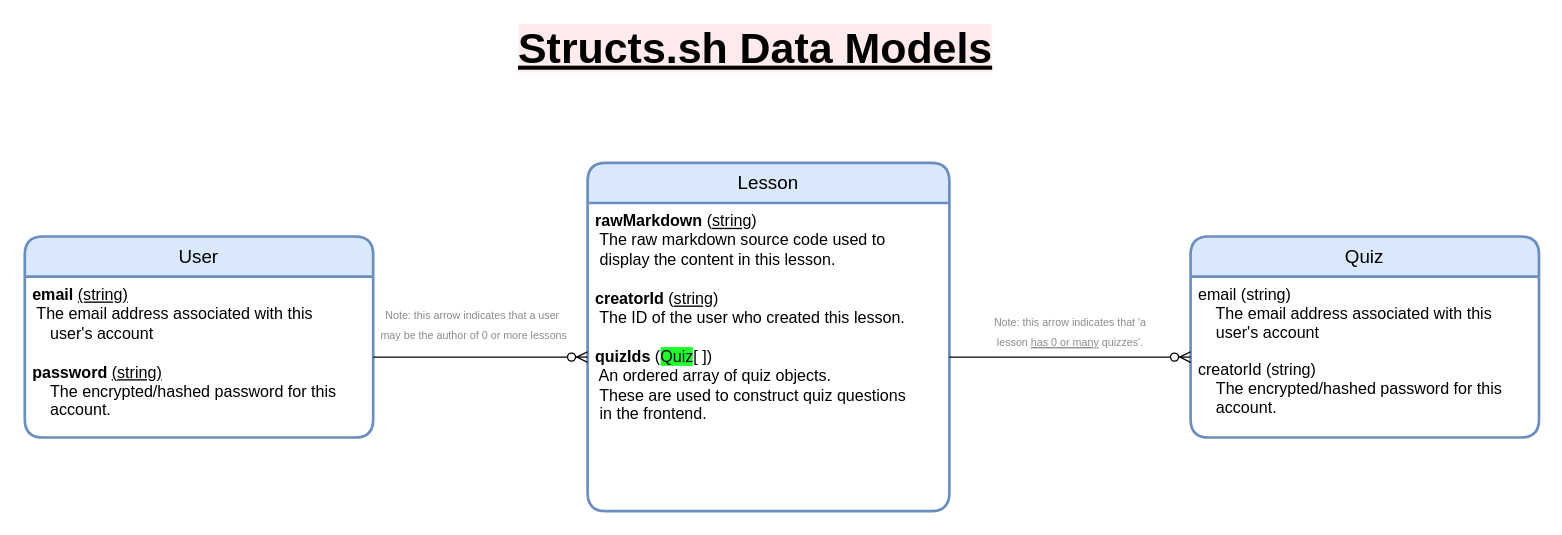
Above: structs-datamodels.drawio in devsoc-unsw/structs.sh (draw.io), before the change. Source tidied: cells renumbered, new cells numbered last; positions are measured from the earlier drawing's top-left corner, leaving out a move shared by most shapes. Both pictures are drawn from the tidied source at 134%, with x=0, y=0 at pixel (24, 28).
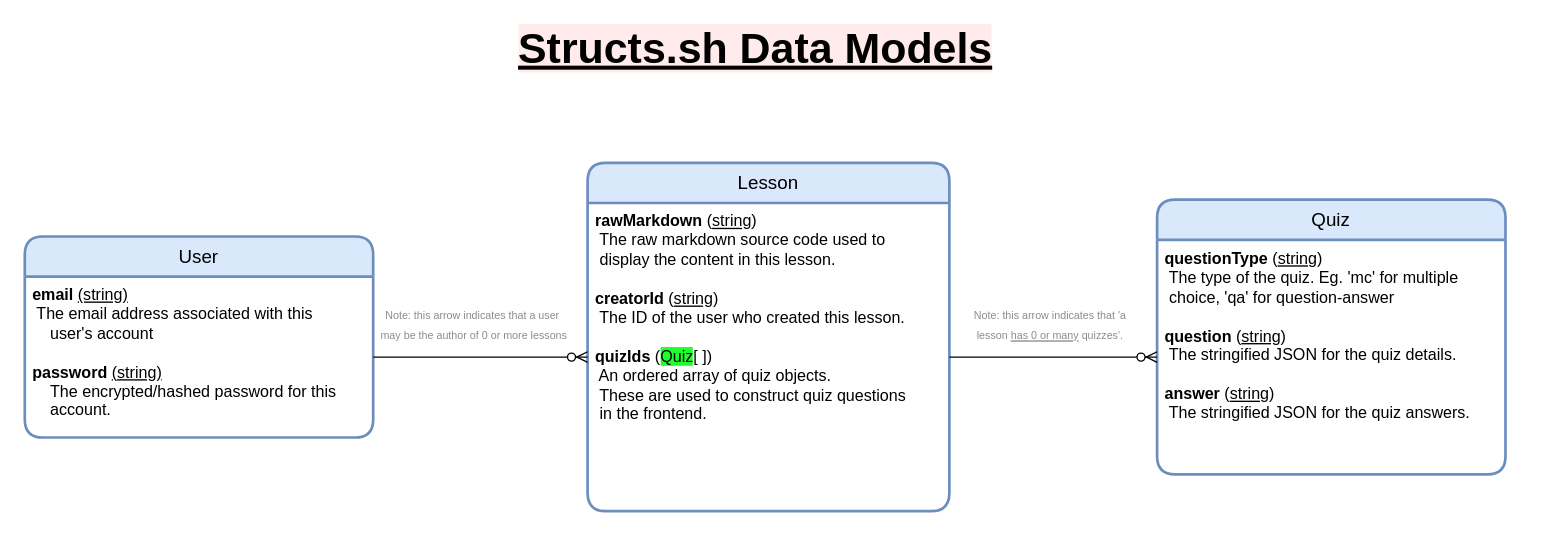
Above is the later version.

Diff of the diagram source:
```diff
@@
 <mxGraphModel>
   <root>
     <mxCell id="0" />
     <mxCell id="1" parent="0" />
     <mxCell id="2" value="&lt;b&gt;&lt;font style=&quot;font-size: 32px ; background-color: rgb(255 , 235 , 235)&quot;&gt;&lt;u&gt;Structs.sh Data Models&lt;/u&gt;&lt;/font&gt;&lt;/b&gt;" style="text;html=1;align=center;verticalAlign=middle;strokeColor=none;fontFamily=Helvetica;" parent="1" vertex="1">
       <mxGeometry x="360" width="370" height="30" as="geometry" />
     </mxCell>
     <mxCell id="3" value="Lesson" style="swimlane;horizontal=1;startSize=30;rounded=1;fontSize=14;fontStyle=0;strokeWidth=2;shadow=0;dashed=0;align=center;fontFamily=Helvetica;fillColor=#dae8fc;strokeColor=#6c8ebf;whiteSpace=wrap;" parent="1" vertex="1">
       <mxGeometry x="420" y="100" width="270" height="260" as="geometry" />
     </mxCell>
     <mxCell id="4" value="&lt;b&gt;rawMarkdown&lt;/b&gt; (&lt;u&gt;string&lt;/u&gt;)&lt;br&gt;&lt;span style=&quot;white-space: pre&quot;&gt; &lt;/span&gt;The raw markdown source code used to&amp;nbsp;&lt;br&gt;&lt;span style=&quot;white-space: pre&quot;&gt; &lt;/span&gt;display the content in this lesson.&lt;br&gt;&lt;br&gt;&lt;b&gt;creatorId&lt;/b&gt; (&lt;u&gt;string&lt;/u&gt;)&lt;br&gt;&lt;span style=&quot;white-space: pre&quot;&gt; &lt;/span&gt;The ID of the user who created this lesson.&lt;br&gt;&lt;br&gt;&lt;b&gt;quizIds &lt;/b&gt;(&lt;span style=&quot;background-color: rgb(31 , 255 , 46)&quot;&gt;Quiz&lt;/span&gt;[ ])&lt;br&gt;&lt;span style=&quot;white-space: pre&quot;&gt;&lt;span style=&quot;white-space: pre&quot;&gt; &lt;/span&gt;An ordered array of quiz objects.&lt;br&gt;&lt;span style=&quot;white-space: pre&quot;&gt; &lt;/span&gt;These are used to construct quiz questions&lt;br/&gt;&lt;span style=&quot;white-space: pre&quot;&gt; &lt;/span&gt;in the frontend.&lt;br&gt;&lt;/span&gt;" style="align=left;strokeColor=none;fillColor=none;spacingLeft=4;fontSize=12;verticalAlign=top;fontStyle=0;html=1;" parent="3" vertex="1">
       <mxGeometry y="30" width="270" height="230" as="geometry" />
     </mxCell>
     <mxCell id="5" value="User" style="swimlane;horizontal=1;startSize=30;rounded=1;fontSize=14;fontStyle=0;strokeWidth=2;shadow=0;dashed=0;align=center;fontFamily=Helvetica;fillColor=#dae8fc;strokeColor=#6c8ebf;whiteSpace=wrap;html=1;" parent="1" vertex="1">
       <mxGeometry y="155" width="260" height="150" as="geometry" />
     </mxCell>
     <mxCell id="6" value="&lt;b&gt;email&lt;/b&gt; &lt;u&gt;(string)&lt;/u&gt;&lt;br&gt;&lt;span style=&quot;white-space: pre&quot;&gt; &lt;/span&gt;The email address associated with this &lt;br&gt;&amp;nbsp;&amp;nbsp;&amp;nbsp;&amp;nbsp;user's account&lt;br&gt;&lt;br&gt;&lt;b&gt;password&lt;/b&gt; &lt;u&gt;(string)&lt;/u&gt;&lt;br&gt;&amp;nbsp; &amp;nbsp;&amp;nbsp;The encrypted/hashed password for this &lt;br&gt;&amp;nbsp; &amp;nbsp; account." style="align=left;strokeColor=none;fillColor=none;spacingLeft=4;fontSize=12;verticalAlign=top;fontStyle=0;html=1;" parent="5" vertex="1">
       <mxGeometry y="30" width="260" height="120" as="geometry" />
     </mxCell>
     <mxCell id="7" value="Quiz" style="swimlane;horizontal=1;startSize=30;rounded=1;fontSize=14;fontStyle=0;strokeWidth=2;shadow=0;dashed=0;align=center;fontFamily=Helvetica;fillColor=#dae8fc;strokeColor=#6c8ebf;whiteSpace=wrap;" parent="1" vertex="1">
-      <mxGeometry x="870" y="155" width="260" height="150" as="geometry" />
+      <mxGeometry x="845" y="127.5" width="260" height="205" as="geometry" />
     </mxCell>
-    <mxCell id="8" value="email (string)&#10;    The email address associated with this &#10;    user's account&#10;&#10;creatorId (string)&#10;    The encrypted/hashed password for this &#10;    account." style="align=left;strokeColor=none;fillColor=none;spacingLeft=4;fontSize=12;verticalAlign=top;fontStyle=0;" parent="7" vertex="1">
-      <mxGeometry y="30" width="260" height="120" as="geometry" />
+    <mxCell id="8" value="&lt;b&gt;questionType &lt;/b&gt;(&lt;u&gt;string&lt;/u&gt;)&lt;br&gt;&lt;span style=&quot;white-space: pre&quot;&gt; &lt;/span&gt;The type of the quiz. Eg. 'mc' for multiple&lt;br&gt;&lt;span style=&quot;white-space: pre&quot;&gt; &lt;/span&gt;choice, 'qa' for question-answer&lt;br&gt;&lt;br&gt;&lt;b&gt;question&lt;/b&gt; (&lt;u&gt;string&lt;/u&gt;)&lt;br&gt;&lt;span style=&quot;white-space: pre&quot;&gt; &lt;/span&gt;The stringified JSON for the quiz details.&lt;br&gt;&lt;br&gt;&lt;b&gt;answer&lt;/b&gt; (&lt;u&gt;string&lt;/u&gt;)&lt;br&gt;&lt;span style=&quot;white-space: pre&quot;&gt; &lt;/span&gt;The stringified JSON for the quiz answers." style="align=left;strokeColor=none;fillColor=none;spacingLeft=4;fontSize=12;verticalAlign=top;fontStyle=0;html=1;" parent="7" vertex="1">
+      <mxGeometry y="30" width="260" height="175" as="geometry" />
     </mxCell>
     <mxCell id="9" value="&lt;font color=&quot;#8c8c8c&quot; style=&quot;font-size: 8px&quot;&gt;Note: this arrow indicates that 'a &lt;br&gt;lesson &lt;u&gt;has 0 or many&lt;/u&gt;&amp;nbsp;quizzes'.&lt;/font&gt;" style="text;html=1;align=center;verticalAlign=middle;strokeColor=none;fontFamily=Helvetica;" parent="1" vertex="1">
-      <mxGeometry x="715" y="205" width="130" height="40" as="geometry" />
+      <mxGeometry x="700" y="200" width="130" height="40" as="geometry" />
     </mxCell>
     <mxCell id="10" style="edgeStyle=entityRelationEdgeStyle;fontSize=12;html=1;endArrow=ERzeroToMany;endFill=1;fontFamily=Helvetica;exitX=1;exitY=0.5;exitDx=0;exitDy=0;entryX=0;entryY=0.5;entryDx=0;entryDy=0;" parent="1" edge="1" source="4" target="8">
       <mxGeometry relative="1" as="geometry" />
     </mxCell>
     <mxCell id="11" value="&lt;font color=&quot;#8c8c8c&quot; style=&quot;font-size: 8px&quot;&gt;Note: this arrow indicates that a user&amp;nbsp;&lt;br&gt;may be the author of 0 or more lessons&lt;br&gt;&lt;/font&gt;" style="text;html=1;align=center;verticalAlign=middle;strokeColor=none;fontFamily=Helvetica;" parent="1" vertex="1">
       <mxGeometry x="260" y="200" width="150" height="40" as="geometry" />
     </mxCell>
     <mxCell id="12" style="edgeStyle=entityRelationEdgeStyle;fontSize=12;html=1;endArrow=ERzeroToMany;endFill=1;fontFamily=Helvetica;exitX=1;exitY=0.5;exitDx=0;exitDy=0;entryX=0;entryY=0.5;entryDx=0;entryDy=0;" parent="1" edge="1" source="6" target="4">
       <mxGeometry relative="1" as="geometry" />
     </mxCell>
   </root>
 </mxGraphModel>
```
